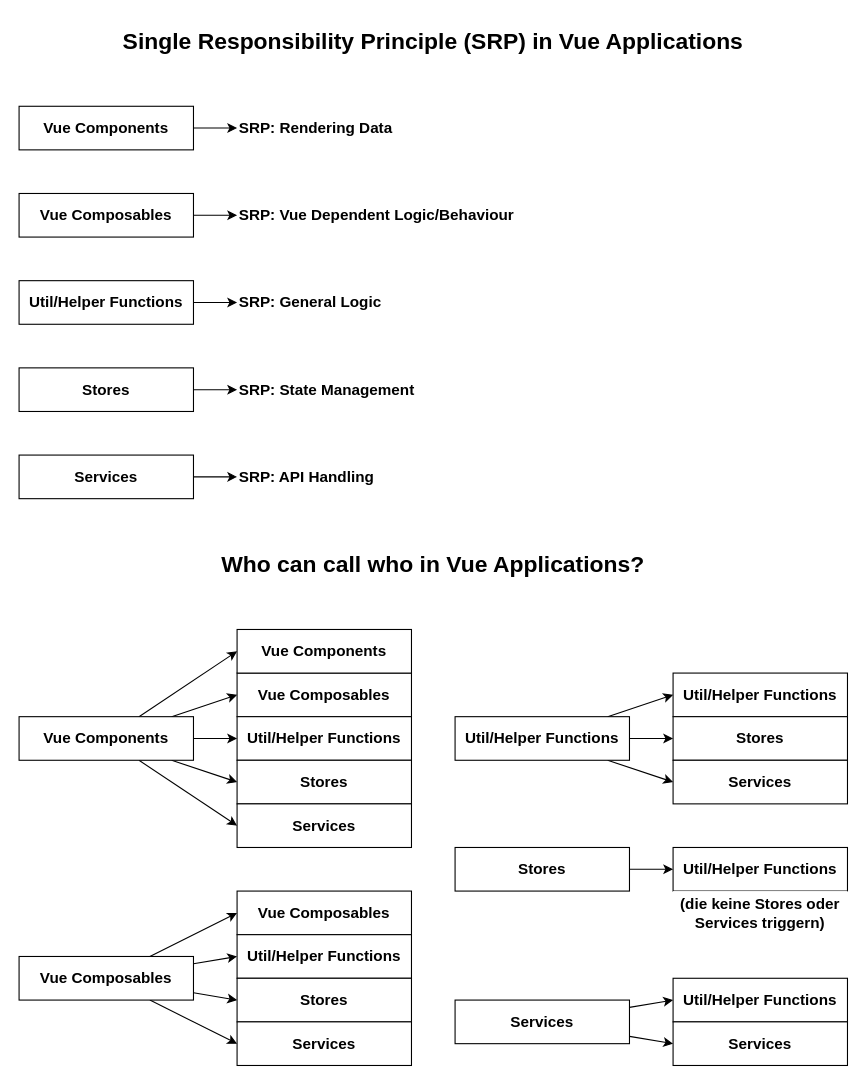
Before: SingleResponsibilityPrincipleVue.drawio in kephalosk/drawio-diagrams, a draw.io diagram. Source tidied: cells renumbered, new cells numbered last; positions are measured from the earlier drawing's top-left corner, leaving out a move shared by most shapes. Both pictures are drawn from the tidied source at 109%, with x=0, y=0 at pixel (19, 19).
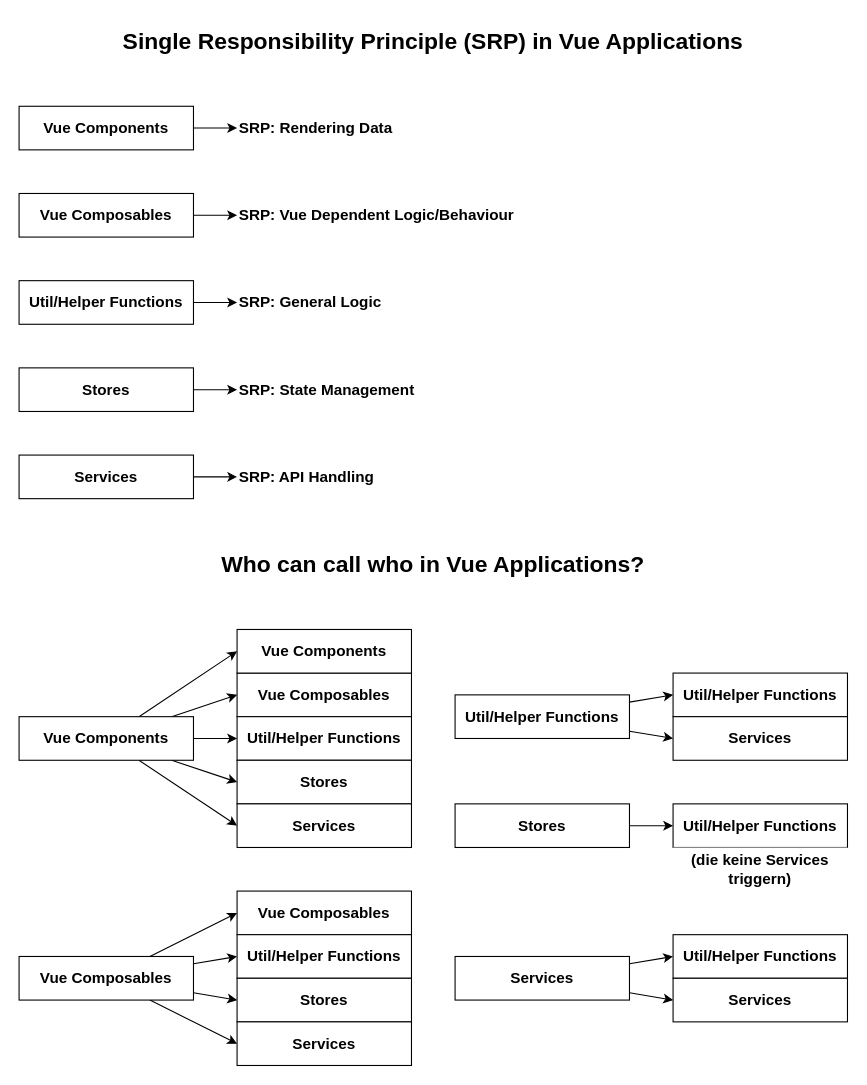
After the change.

Diff of the diagram source:
```diff
@@
-    <mxCell id="40" style="rounded=0;jettySize=auto;html=1;entryX=0;entryY=0.5;entryDx=0;entryDy=0;" parent="1" edge="1" source="41" target="43">
-      <mxGeometry relative="1" as="geometry" />
-    </mxCell>
     <mxCell id="41" value="&lt;b&gt;&lt;font style=&quot;font-size: 14px;&quot;&gt;Util/Helper Functions&lt;/font&gt;&lt;/b&gt;" style="rounded=0;whiteSpace=wrap;html=1;" parent="1" vertex="1">
-      <mxGeometry x="400" y="640" width="160" height="40" as="geometry" />
+      <mxGeometry x="400" y="620" width="160" height="40" as="geometry" />
     </mxCell>
@@
-    <mxCell id="43" value="&lt;b&gt;&lt;font style=&quot;font-size: 14px;&quot;&gt;Stores&lt;/font&gt;&lt;/b&gt;" style="rounded=0;whiteSpace=wrap;html=1;" parent="1" vertex="1">
-      <mxGeometry x="600" y="640" width="160" height="40" as="geometry" />
-    </mxCell>
     <mxCell id="44" value="&lt;b&gt;&lt;font style=&quot;font-size: 14px;&quot;&gt;Services&lt;/font&gt;&lt;/b&gt;" style="rounded=0;whiteSpace=wrap;html=1;" parent="1" vertex="1">
-      <mxGeometry x="600" y="680" width="160" height="40" as="geometry" />
+      <mxGeometry x="600" y="640" width="160" height="40" as="geometry" />
     </mxCell>
@@
     <mxCell id="46" value="&lt;b&gt;&lt;font style=&quot;font-size: 14px;&quot;&gt;Stores&lt;/font&gt;&lt;/b&gt;" style="rounded=0;whiteSpace=wrap;html=1;" parent="1" vertex="1">
-      <mxGeometry x="400" y="760" width="160" height="40" as="geometry" />
+      <mxGeometry x="400" y="720" width="160" height="40" as="geometry" />
     </mxCell>
     <mxCell id="47" value="&lt;b&gt;&lt;font style=&quot;font-size: 14px;&quot;&gt;Util/Helper Functions&lt;/font&gt;&lt;/b&gt;" style="rounded=0;whiteSpace=wrap;html=1;" parent="1" vertex="1">
-      <mxGeometry x="600" y="760" width="160" height="40" as="geometry" />
+      <mxGeometry x="600" y="720" width="160" height="40" as="geometry" />
     </mxCell>
@@
     <mxCell id="50" value="&lt;b&gt;&lt;font style=&quot;font-size: 14px;&quot;&gt;Services&lt;/font&gt;&lt;/b&gt;" style="rounded=0;whiteSpace=wrap;html=1;" parent="1" vertex="1">
-      <mxGeometry x="400" y="900" width="160" height="40" as="geometry" />
+      <mxGeometry x="400" y="860" width="160" height="40" as="geometry" />
     </mxCell>
     <mxCell id="51" value="&lt;b&gt;&lt;font style=&quot;font-size: 14px;&quot;&gt;Util/Helper Functions&lt;/font&gt;&lt;/b&gt;" style="rounded=0;whiteSpace=wrap;html=1;" parent="1" vertex="1">
-      <mxGeometry x="600" y="880" width="160" height="40" as="geometry" />
+      <mxGeometry x="600" y="840" width="160" height="40" as="geometry" />
     </mxCell>
     <mxCell id="52" value="&lt;b&gt;&lt;font style=&quot;font-size: 14px;&quot;&gt;Services&lt;/font&gt;&lt;/b&gt;" style="rounded=0;whiteSpace=wrap;html=1;" parent="1" vertex="1">
-      <mxGeometry x="600" y="920" width="160" height="40" as="geometry" />
+      <mxGeometry x="600" y="880" width="160" height="40" as="geometry" />
     </mxCell>
@@
-    <mxCell id="54" value="&lt;b&gt;&lt;font style=&quot;font-size: 14px;&quot;&gt;(die keine Stores oder Services triggern)&lt;/font&gt;&lt;/b&gt;" style="rounded=0;whiteSpace=wrap;html=1;strokeColor=none;fontColor=#000000;" parent="1" vertex="1">
-      <mxGeometry x="600" y="800" width="160" height="40" as="geometry" />
+    <mxCell id="54" value="&lt;b&gt;&lt;font style=&quot;font-size: 14px;&quot;&gt;(die keine Services triggern)&lt;/font&gt;&lt;/b&gt;" style="rounded=0;whiteSpace=wrap;html=1;strokeColor=none;fontColor=#000000;" parent="1" vertex="1">
+      <mxGeometry x="600" y="760" width="160" height="40" as="geometry" />
     </mxCell>
```
